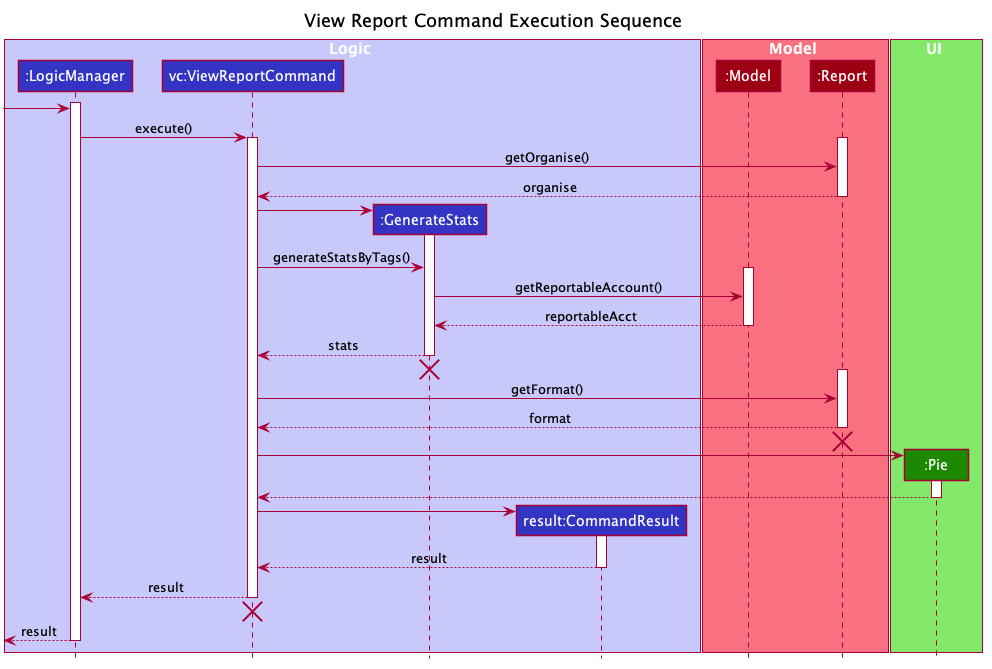
zwasd/main keeps this PlantUML diagram as docs/images/ReportViewExecution.png. Above is the earlier version.
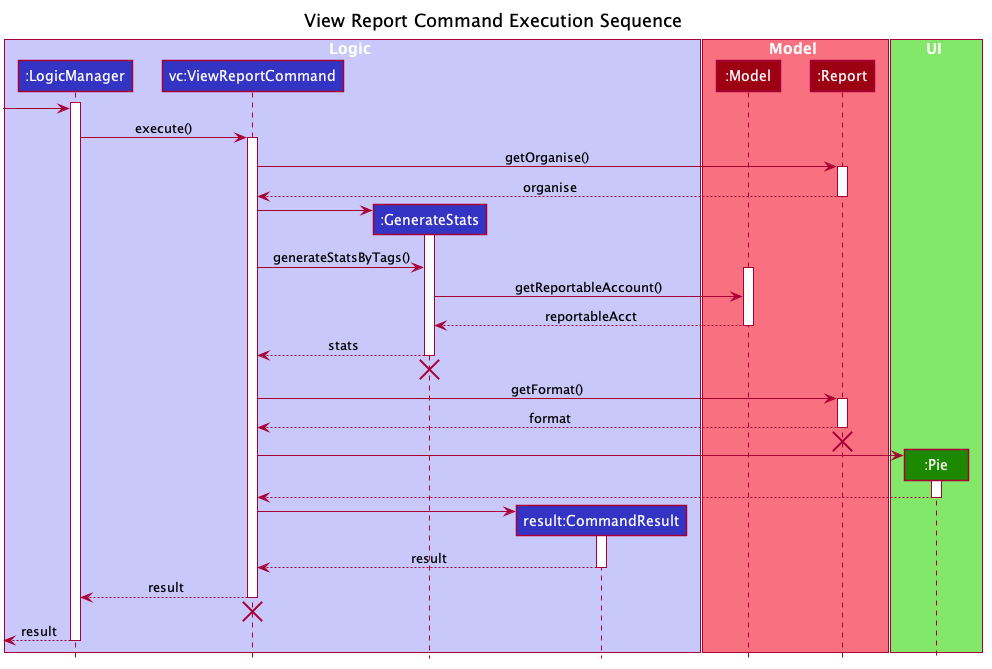
Later version of the same file.

Diff of the diagram source:
```diff
@@ -72,8 +72,8 @@
 [-> LogicManager
 LogicManager -> ViewReportCommand : execute()
 activate ViewReportCommand
+ViewReportCommand -> Report : getOrganise()
 activate Report
-ViewReportCommand -> Report : getOrganise()
 Report --> ViewReportCommand : organise
 deactivate Report
 create GenerateStats
@@ -89,8 +89,8 @@
 GenerateStats -[hidden]-> ViewReportCommand
 destroy GenerateStats
 
+ViewReportCommand -> Report : getFormat()
 activate Report
-ViewReportCommand -> Report : getFormat()
 Report --> ViewReportCommand : format
 deactivate Report
 Report -[hidden]-> ViewReportCommand
```
